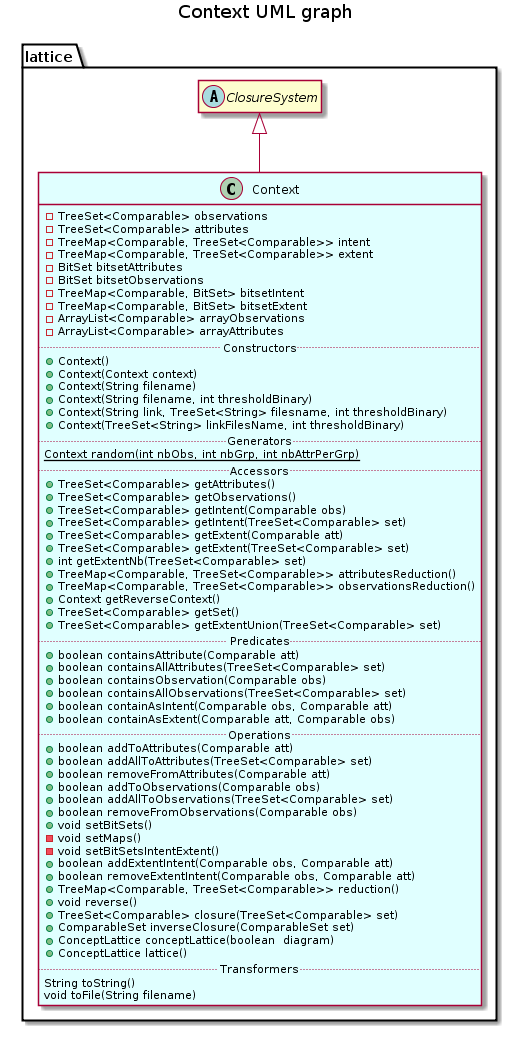
The PlantUML diagram api/lattice/Context.png in EstrellaRL/java-lattices, before a commit.
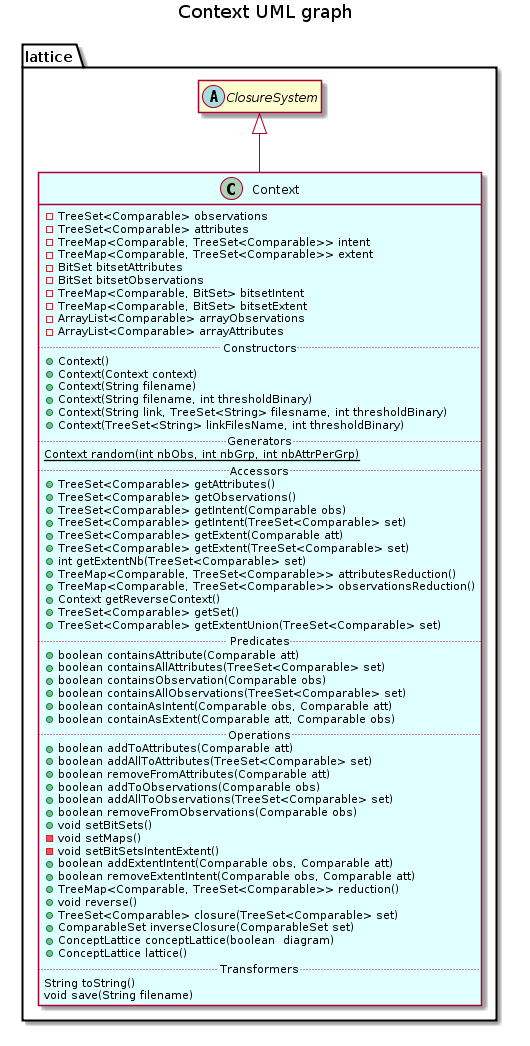
Later version of the same file.

Change to the diagram source:
```diff
@@ -60,7 +60,7 @@
         +ConceptLattice lattice()
         .. Transformers ..
         String toString()
-        void toFile(String filename)
+        void save(String filename)
     }
 
     ClosureSystem <|-- Context
@@ -69,7 +69,7 @@
     class ClosureSystem {
         +{abstract} TreeSet<Comparable> getSet()
         +{abstract} TreeSet<Comparable> closure(TreeSet<Comparable> set)
-        +{abstract} void toFile(String file)
+        +{abstract} void save(String file)
 
         +ConceptLattice closedSetLattice(boolean  diagram)
         +ConceptLattice lattice()
```
